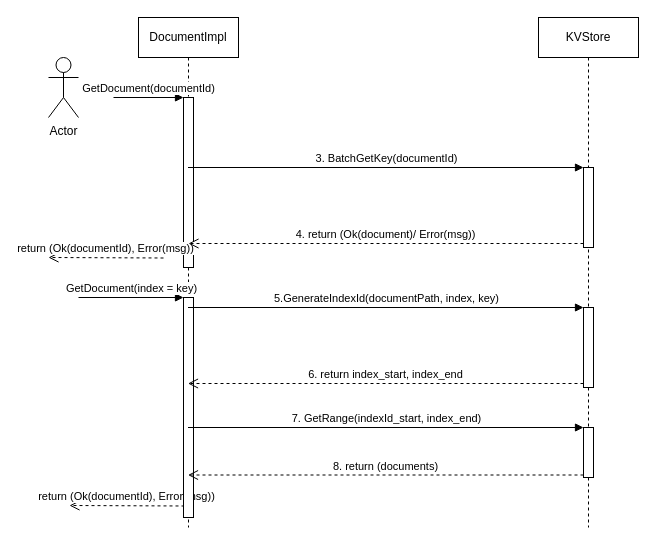
Earlier version of the draw.io diagram page "Get Document workflow" (5 of 5) of db3_database_structure.drawio (dbpunk-labs/db3-design). Source tidied: cells renumbered, new cells numbered last; positions are measured from the earlier drawing's top-left corner, leaving out a move shared by most shapes. Both pictures are drawn from the tidied source at 100%, with x=0, y=0 at pixel (48, 17).
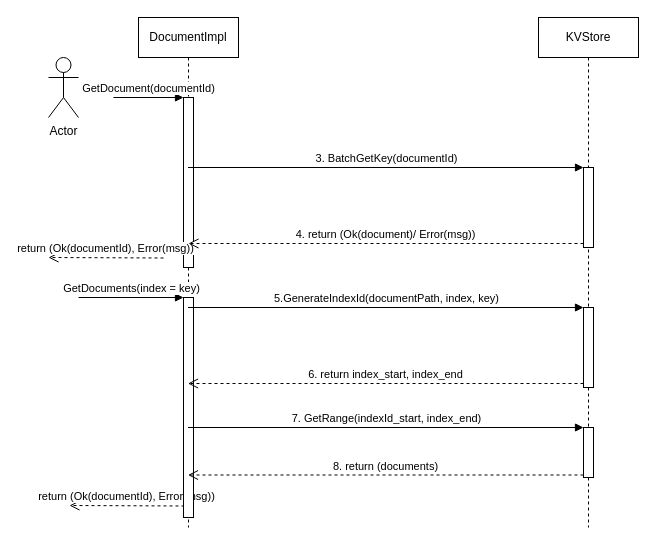
The same page after the edit.

Unchanged cells that the change refers to:
```xml
<mxCell id="3" value="DocumentImpl" style="shape=umlLifeline;perimeter=lifelinePerimeter;whiteSpace=wrap;html=1;outlineConnect=0;" parent="1" vertex="1">
  <mxGeometry x="90" width="100" height="510" as="geometry" />
</mxCell>
<mxCell id="8" style="html=1;points=[];perimeter=orthogonalPerimeter;" parent="3" vertex="1">
  <mxGeometry x="45" y="280" width="10" height="220" as="geometry" />
</mxCell>
```

What changed in the source:
```diff
@@
-    <mxCell id="9" value="GetDocument(index = key)" style="html=1;verticalAlign=bottom;endArrow=block;entryX=0;entryY=0;rounded=0;" parent="3" edge="1" target="8">
+    <mxCell id="9" value="GetDocuments(index = key)" style="html=1;verticalAlign=bottom;endArrow=block;entryX=0;entryY=0;rounded=0;" parent="3" edge="1" target="8">
       <mxGeometry relative="1" as="geometry">
         <mxPoint x="-60" y="280" as="sourcePoint" />
       </mxGeometry>
     </mxCell>
```
